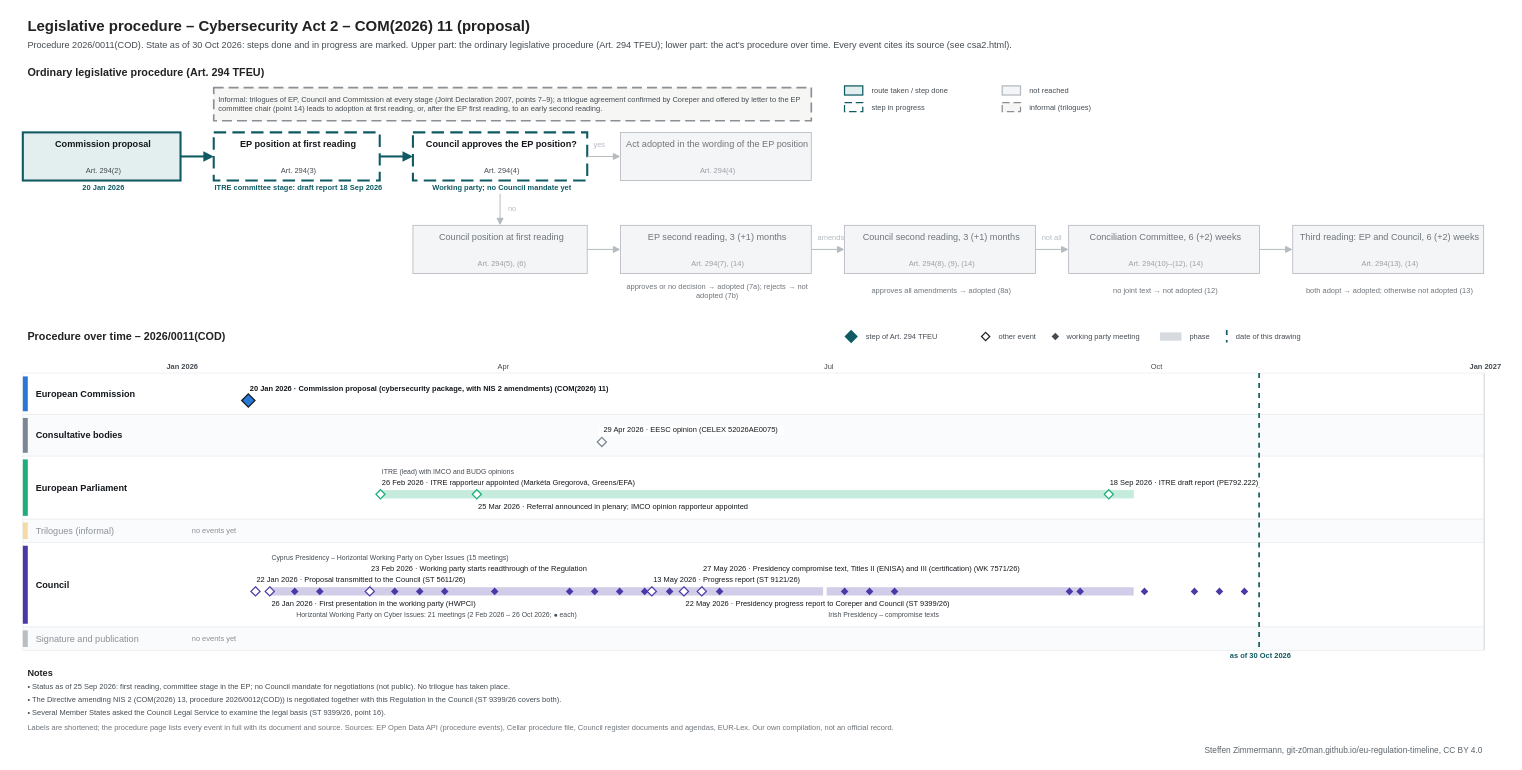
Before: procedures/csa2.drawio in git-z0man/eu-regulation-timeline, a draw.io diagram. Source tidied: cells renumbered, new cells numbered last; positions are measured from the earlier drawing's top-left corner, leaving out a move shared by most shapes. Both pictures are drawn from the tidied source at 83%, with x=0, y=0 at pixel (14, 14).
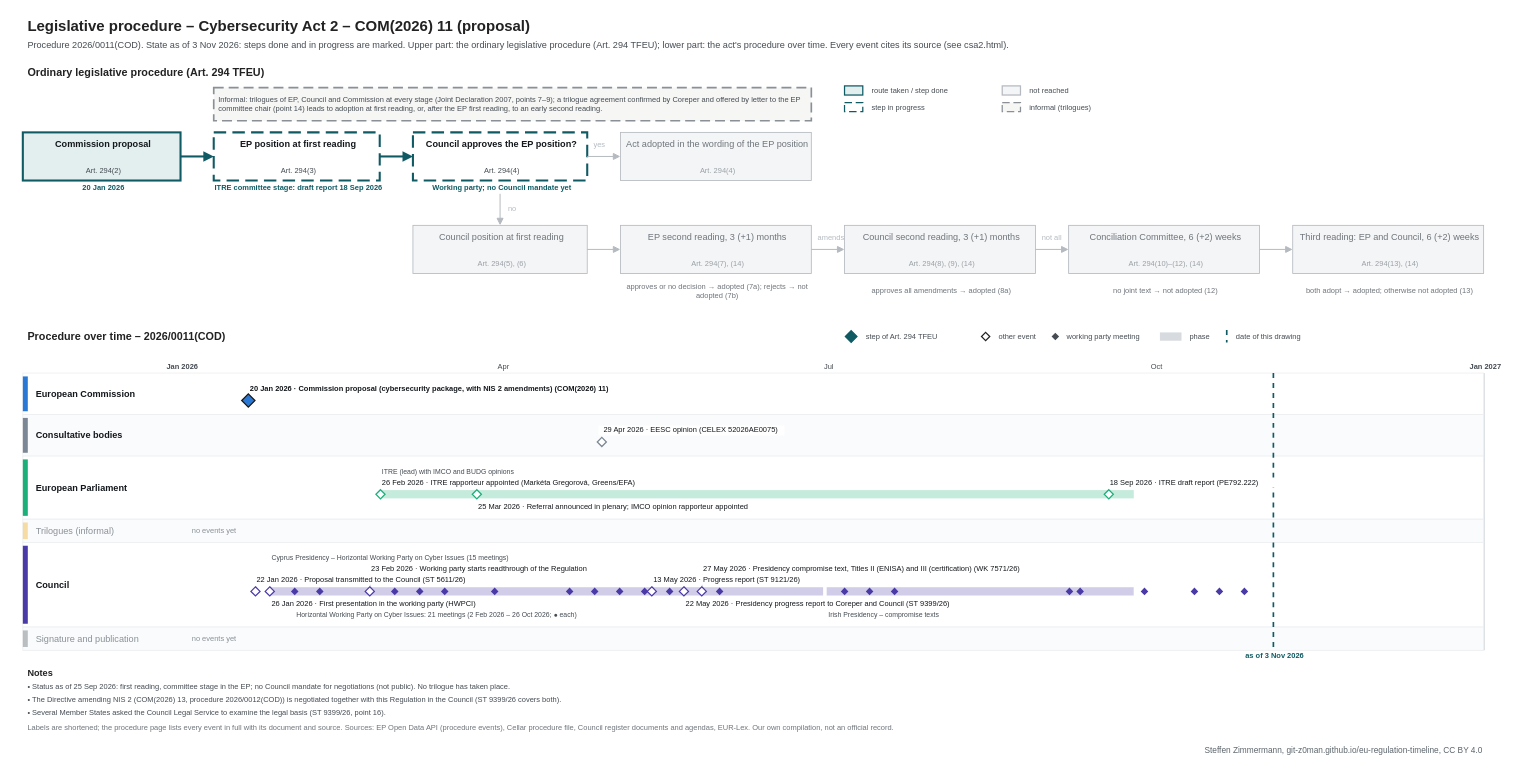
The same diagram, later.

What changed in the source:
```diff
@@
-    <mxCell id="3" value="Procedure 2026/0011(COD). State as of 30 Oct 2026: steps done and in progress are marked. Upper part: the ordinary legislative procedure (Art. 294 TFEU); lower part: the act's procedure over time. Every event cites its source (see csa2.html)." style="text;html=1;fontSize=11;fontColor=#454c53;align=left;verticalAlign=middle;spacingLeft=4;" parent="1" vertex="1">
+    <mxCell id="3" value="Procedure 2026/0011(COD). State as of 3 Nov 2026: steps done and in progress are marked. Upper part: the ordinary legislative procedure (Art. 294 TFEU); lower part: the act's procedure over time. Every event cites its source (see csa2.html)." style="text;html=1;fontSize=11;fontColor=#454c53;align=left;verticalAlign=middle;spacingLeft=4;" parent="1" vertex="1">
       <mxGeometry x="10" y="28" width="1700" height="18" as="geometry" />
     </mxCell>
@@
     <mxCell id="110" style="line;html=1;strokeWidth=2;strokeColor=#0f5a63;direction=south;dashed=1;" parent="1" vertex="1">
-      <mxGeometry x="1499" y="432" width="1" height="334" as="geometry" />
+      <mxGeometry x="1516.2" y="432" width="1" height="334" as="geometry" />
     </mxCell>
-    <mxCell id="111" value="as of 30 Oct 2026" style="text;html=1;fontSize=9;fontColor=#0f5a63;align=center;verticalAlign=middle;spacingLeft=4;fontStyle=1;" parent="1" vertex="1">
-      <mxGeometry x="1439" y="767" width="120" height="12" as="geometry" />
+    <mxCell id="111" value="as of 3 Nov 2026" style="text;html=1;fontSize=9;fontColor=#0f5a63;align=center;verticalAlign=middle;spacingLeft=4;fontStyle=1;" parent="1" vertex="1">
+      <mxGeometry x="1456.2" y="767" width="120" height="12" as="geometry" />
     </mxCell>
```
